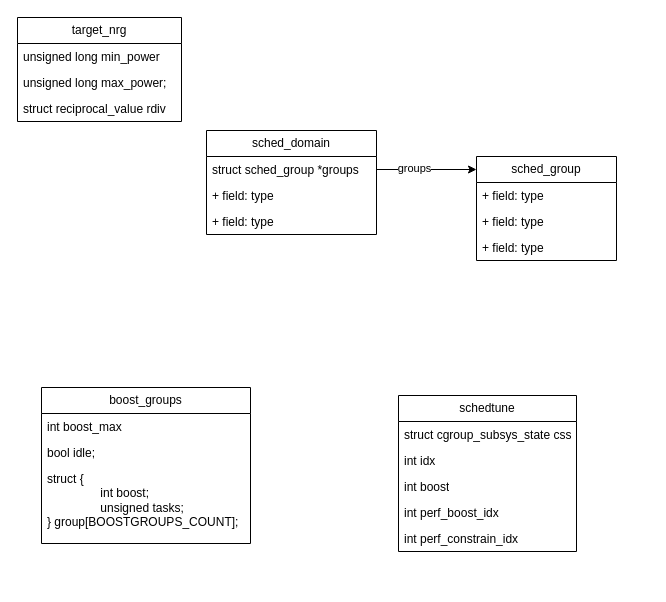
Earlier version of the draw.io diagram schedtune.drawio (jasonactions/graph). Source tidied: cells renumbered, new cells numbered last; positions are measured from the earlier drawing's top-left corner, leaving out a move shared by most shapes. Both pictures are drawn from the tidied source at 100%, with x=0, y=0 at pixel (17, 17).
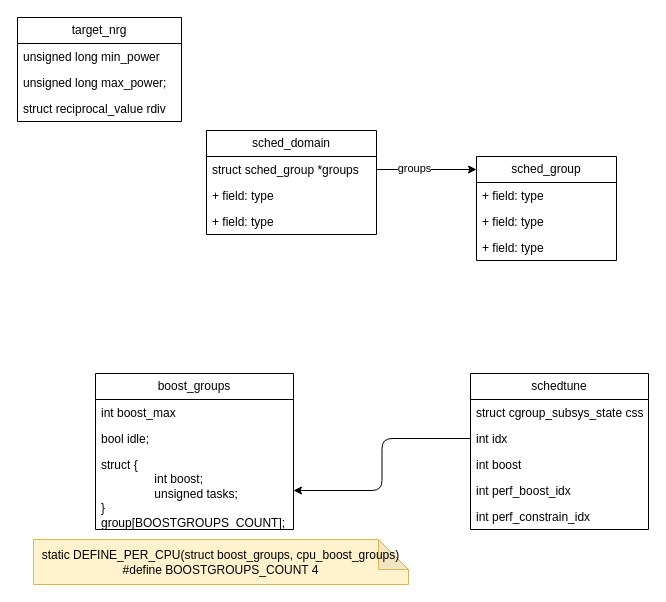
After the change.

Unchanged cells that the change refers to:
```xml
<mxCell id="22" value="int idx" style="text;strokeColor=none;fillColor=none;align=left;verticalAlign=top;spacingLeft=4;spacingRight=4;overflow=hidden;points=[[0,0.5],[1,0.5]];portConstraint=eastwest;whiteSpace=wrap;html=1;" parent="20" vertex="1">
  <mxGeometry y="52" width="178" height="26" as="geometry" />
</mxCell>
```

What changed in the source:
```diff
@@
     <mxCell id="16" value="boost_groups" style="swimlane;fontStyle=0;horizontal=1;startSize=26;fillColor=none;whiteSpace=wrap;html=1;" parent="1" vertex="1">
-      <mxGeometry x="24" y="370" width="209" height="156" as="geometry" />
+      <mxGeometry x="78" y="356" width="198" height="156" as="geometry" />
     </mxCell>
     <mxCell id="17" value="int boost_max" style="text;strokeColor=none;fillColor=none;align=left;verticalAlign=top;spacingLeft=4;spacingRight=4;overflow=hidden;whiteSpace=wrap;html=1;" parent="16" vertex="1">
-      <mxGeometry y="26" width="209" height="26" as="geometry" />
+      <mxGeometry y="26" width="198" height="26" as="geometry" />
     </mxCell>
     <mxCell id="18" value="bool idle;" style="text;strokeColor=none;fillColor=none;align=left;verticalAlign=top;spacingLeft=4;spacingRight=4;overflow=hidden;whiteSpace=wrap;html=1;" parent="16" vertex="1">
-      <mxGeometry y="52" width="209" height="26" as="geometry" />
+      <mxGeometry y="52" width="198" height="26" as="geometry" />
     </mxCell>
     <mxCell id="19" value="&lt;div&gt;struct {&lt;/div&gt;&lt;div&gt;&lt;span style=&quot;background-color: initial;&quot;&gt;&amp;nbsp; &amp;nbsp; &amp;nbsp; &amp;nbsp; &amp;nbsp; &amp;nbsp; &amp;nbsp; &amp;nbsp; int boost;&lt;/span&gt;&lt;br&gt;&lt;/div&gt;&lt;div&gt;&lt;span style=&quot;background-color: initial;&quot;&gt;&amp;nbsp; &amp;nbsp; &amp;nbsp; &amp;nbsp; &amp;nbsp; &amp;nbsp; &amp;nbsp; &amp;nbsp; unsigned tasks;&lt;/span&gt;&lt;/div&gt;&lt;div&gt;&lt;span style=&quot;background-color: initial;&quot;&gt;} group[BOOSTGROUPS_COUNT];&lt;/span&gt;&lt;/div&gt;" style="text;strokeColor=none;fillColor=none;align=left;verticalAlign=top;spacingLeft=4;spacingRight=4;overflow=hidden;points=[[0,0.5],[1,0.5]];portConstraint=eastwest;whiteSpace=wrap;html=1;" parent="16" vertex="1">
-      <mxGeometry y="78" width="209" height="78" as="geometry" />
+      <mxGeometry y="78" width="198" height="78" as="geometry" />
     </mxCell>
     <mxCell id="20" value="schedtune" style="swimlane;fontStyle=0;horizontal=1;startSize=26;fillColor=none;whiteSpace=wrap;html=1;" parent="1" vertex="1">
-      <mxGeometry x="381" y="378" width="178" height="156" as="geometry" />
+      <mxGeometry x="453" y="356" width="178" height="156" as="geometry" />
     </mxCell>
@@
+    <mxCell id="26" value="static DEFINE_PER_CPU(struct boost_groups, cpu_boost_groups)&lt;div&gt;#define BOOSTGROUPS_COUNT 4&lt;br&gt;&lt;/div&gt;" style="shape=note;whiteSpace=wrap;html=1;backgroundOutline=1;darkOpacity=0.05;fillColor=#fff2cc;strokeColor=#d6b656;" parent="1" vertex="1">
+      <mxGeometry x="16" y="522" width="375" height="45" as="geometry" />
+    </mxCell>
+    <mxCell id="27" style="edgeStyle=orthogonalEdgeStyle;rounded=1;jettySize=auto;html=1;entryX=1;entryY=0.5;entryDx=0;entryDy=0;curved=0;" parent="1" edge="1" source="22" target="19">
+      <mxGeometry relative="1" as="geometry" />
+    </mxCell>
```
